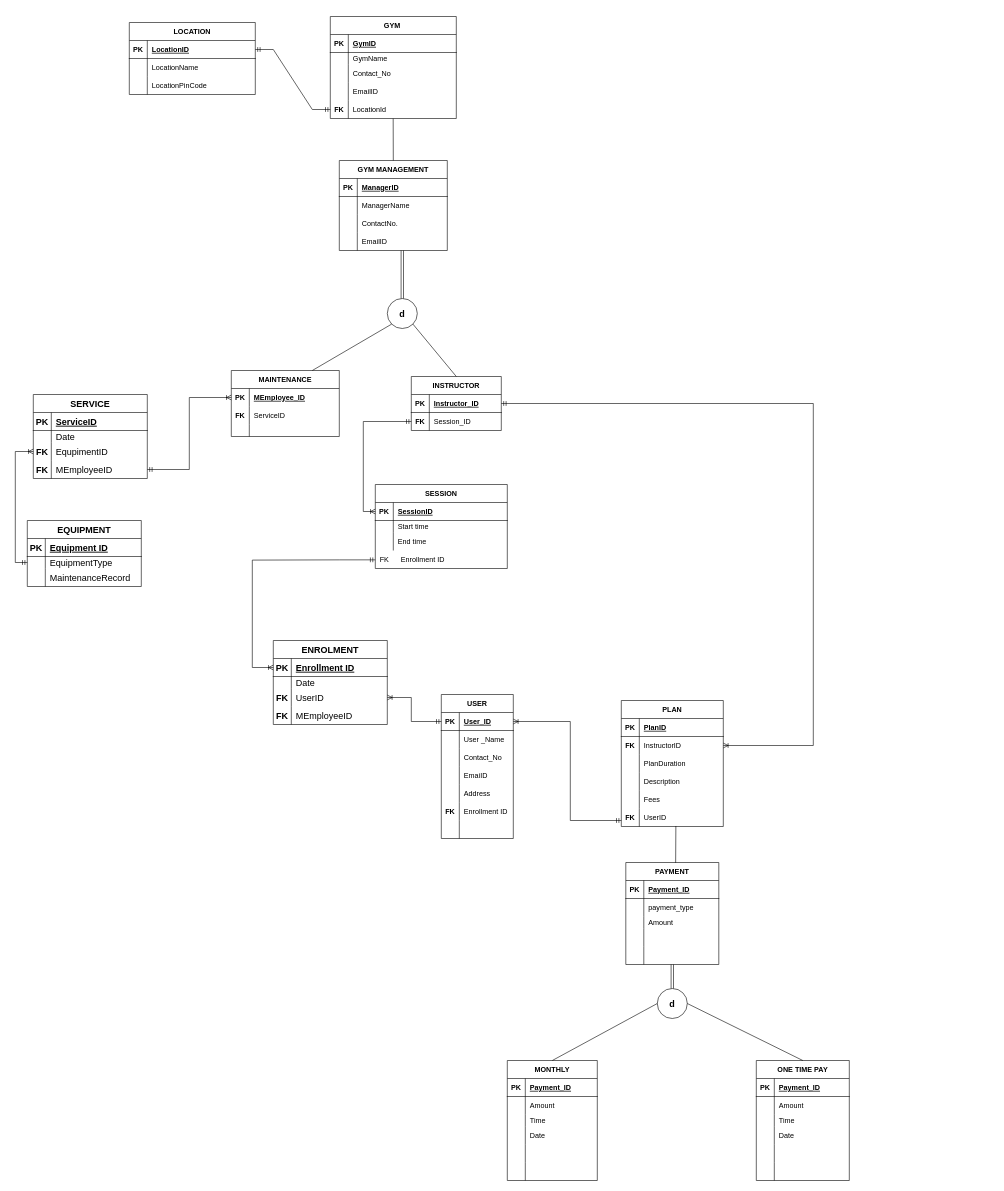
Tharunip/DAMG6210_PROJECT11 keeps this draw.io diagram as Gym_Management_ERD.drawio. Above is the earlier version. Source tidied: cells renumbered, new cells numbered last; positions are measured from the earlier drawing's top-left corner, leaving out a move shared by most shapes. Both pictures are drawn from the tidied source at 60%, with x=0, y=0 at pixel (15, 16).
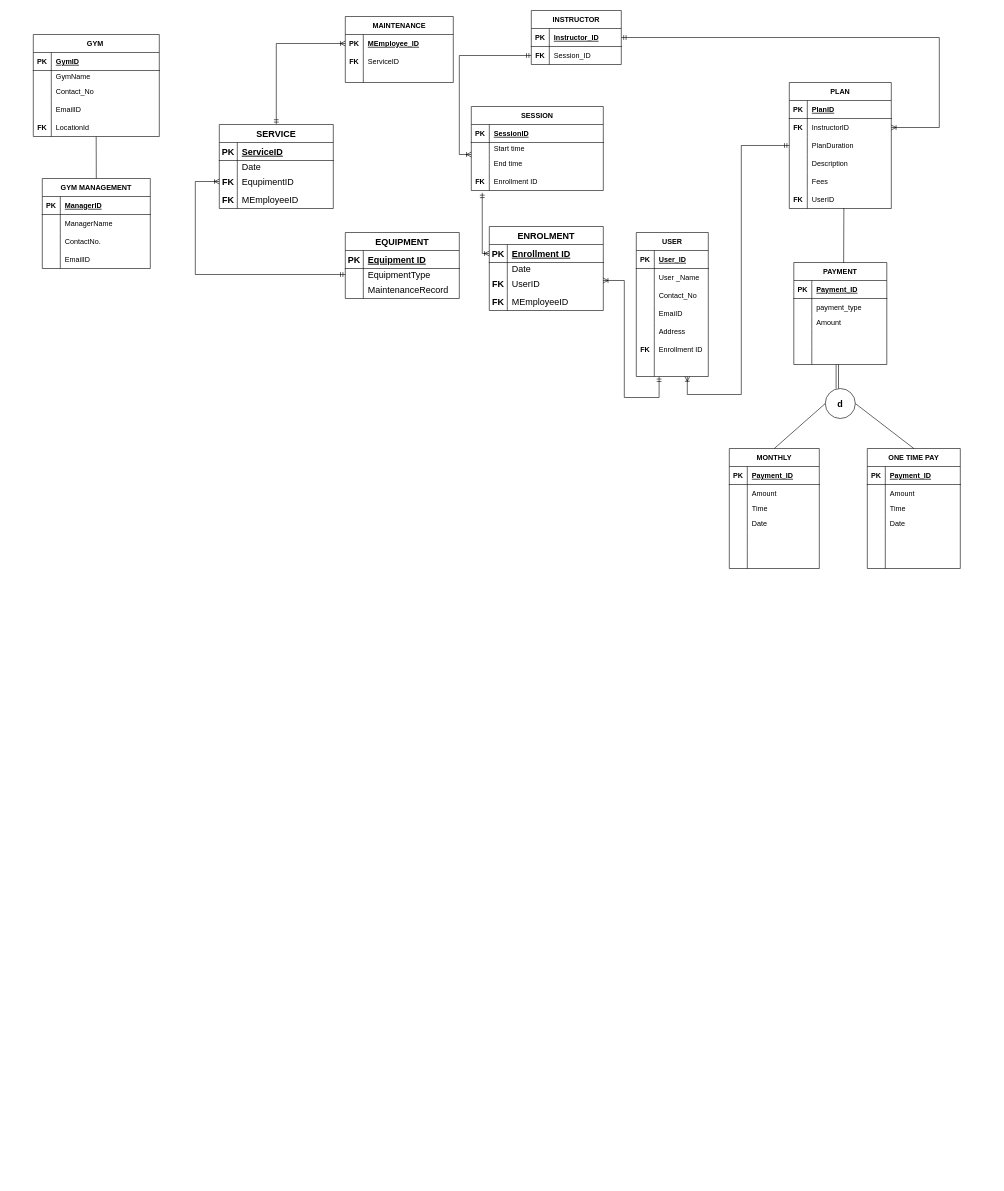
The same diagram, later.

Unchanged cells that the change refers to:
```xml
<mxCell id="16" style="shape=tableRow;horizontal=0;startSize=0;swimlaneHead=0;swimlaneBody=0;fillColor=none;points=[[0,0.5],[1,0.5]];portConstraint=eastwest;top=0;left=0;right=0;bottom=0;" parent="3" vertex="1">
  <mxGeometry y="140" width="210" height="30" as="geometry" />
</mxCell>
<mxCell id="20" style="shape=tableRow;horizontal=0;startSize=0;swimlaneHead=0;swimlaneBody=0;fillColor=none;points=[[0,0.5],[1,0.5]];portConstraint=eastwest;top=0;left=0;right=0;bottom=1;" parent="19" vertex="1">
  <mxGeometry y="30" width="150" height="30" as="geometry" />
</mxCell>
<mxCell id="23" style="shape=tableRow;horizontal=0;startSize=0;swimlaneHead=0;swimlaneBody=0;fillColor=none;points=[[0,0.5],[1,0.5]];portConstraint=eastwest;top=0;left=0;right=0;bottom=0;" parent="19" vertex="1">
  <mxGeometry y="60" width="150" height="30" as="geometry" />
</mxCell>
<mxCell id="27" style="shape=tableRow;horizontal=0;startSize=0;swimlaneHead=0;swimlaneBody=0;fillColor=none;points=[[0,0.5],[1,0.5]];portConstraint=eastwest;top=0;left=0;right=0;bottom=1;" parent="26" vertex="1">
  <mxGeometry y="30" width="220" height="30" as="geometry" />
</mxCell>
<mxCell id="37" style="shape=tableRow;horizontal=0;startSize=0;swimlaneHead=0;swimlaneBody=0;fillColor=none;points=[[0,0.5],[1,0.5]];portConstraint=eastwest;top=0;left=0;right=0;bottom=1;" parent="36" vertex="1">
  <mxGeometry y="30" width="120" height="30" as="geometry" />
</mxCell>
<mxCell id="78" style="shape=tableRow;horizontal=0;startSize=0;swimlaneHead=0;swimlaneBody=0;fillColor=none;points=[[0,0.5],[1,0.5]];portConstraint=eastwest;top=0;left=0;right=0;bottom=0;" parent="74" vertex="1">
  <mxGeometry y="60" width="170" height="30" as="geometry" />
</mxCell>
<mxCell id="81" style="shape=tableRow;horizontal=0;startSize=0;swimlaneHead=0;swimlaneBody=0;fillColor=none;points=[[0,0.5],[1,0.5]];portConstraint=eastwest;top=0;left=0;right=0;bottom=0;" parent="74" vertex="1">
  <mxGeometry y="90" width="170" height="30" as="geometry" />
</mxCell>
<mxCell id="90" style="shape=tableRow;horizontal=0;startSize=0;swimlaneHead=0;swimlaneBody=0;fillColor=none;points=[[0,0.5],[1,0.5]];portConstraint=eastwest;top=0;left=0;right=0;bottom=0;" parent="74" vertex="1">
  <mxGeometry y="180" width="170" height="30" as="geometry" />
</mxCell>
<mxCell id="110" style="shape=tableRow;horizontal=0;startSize=0;swimlaneHead=0;swimlaneBody=0;fillColor=none;points=[[0,0.5],[1,0.5]];portConstraint=eastwest;top=0;left=0;right=0;bottom=0;fontStyle=1;" parent="109" vertex="1">
  <mxGeometry y="30" width="180" height="30" as="geometry" />
</mxCell>
<mxCell id="128" style="shape=tableRow;horizontal=0;startSize=0;swimlaneHead=0;swimlaneBody=0;fillColor=none;points=[[0,0.5],[1,0.5]];portConstraint=eastwest;top=0;left=0;right=0;bottom=0;fontSize=15;" parent="124" vertex="1">
  <mxGeometry y="60" width="190" height="20" as="geometry" />
</mxCell>
<mxCell id="165" style="shape=tableRow;horizontal=0;startSize=0;swimlaneHead=0;swimlaneBody=0;fillColor=none;points=[[0,0.5],[1,0.5]];portConstraint=eastwest;top=0;left=0;right=0;bottom=0;fontSize=15;" parent="158" vertex="1">
  <mxGeometry y="80" width="190" height="30" as="geometry" />
</mxCell>
<mxCell id="168" style="shape=tableRow;horizontal=0;startSize=0;swimlaneHead=0;swimlaneBody=0;fillColor=none;points=[[0,0.5],[1,0.5]];portConstraint=eastwest;top=0;left=0;right=0;bottom=0;fontSize=15;" parent="158" vertex="1">
  <mxGeometry y="110" width="190" height="30" as="geometry" />
</mxCell>
<mxCell id="172" style="shape=tableRow;horizontal=0;startSize=0;swimlaneHead=0;swimlaneBody=0;fillColor=none;points=[[0,0.5],[1,0.5]];portConstraint=eastwest;top=0;left=0;right=0;bottom=1;fontSize=15;" parent="171" vertex="1">
  <mxGeometry y="30" width="190" height="30" as="geometry" />
</mxCell>
<mxCell id="178" style="shape=tableRow;horizontal=0;startSize=0;swimlaneHead=0;swimlaneBody=0;fillColor=none;points=[[0,0.5],[1,0.5]];portConstraint=eastwest;top=0;left=0;right=0;bottom=0;fontSize=15;" parent="171" vertex="1">
  <mxGeometry y="80" width="190" height="30" as="geometry" />
</mxCell>
```

Diff of the diagram source:
```diff
@@
-    <mxCell id="2" style="fontSize=12;html=1;endArrow=ERoneToMany;startArrow=ERmandOne;rounded=0;elbow=vertical;entryX=0;entryY=0.5;entryDx=0;entryDy=0;edgeStyle=orthogonalEdgeStyle;exitX=1;exitY=0.5;exitDx=0;exitDy=0;" parent="1" edge="1" source="168" target="110">
+    <mxCell id="2" style="fontSize=12;html=1;endArrow=ERoneToMany;startArrow=ERmandOne;rounded=0;elbow=vertical;entryX=0;entryY=0.5;entryDx=0;entryDy=0;edgeStyle=orthogonalEdgeStyle;exitX=0.5;exitY=0;exitDx=0;exitDy=0;" parent="1" edge="1" source="158" target="110">
       <mxGeometry relative="1" as="geometry">
         <Array as="points">
-          <mxPoint x="290" y="755" />
-          <mxPoint x="290" y="635" />
+          <mxPoint x="435" y="45" />
         </Array>
       </mxGeometry>
     </mxCell>
     <mxCell id="3" value="GYM " style="shape=table;startSize=30;childLayout=tableLayout;rowLines=0;fontStyle=1;align=center;" parent="1" vertex="1">
-      <mxGeometry x="525" width="210" height="170" as="geometry" />
+      <mxGeometry x="30" y="30" width="210" height="170" as="geometry" />
     </mxCell>
@@
     <mxCell id="19" value="INSTRUCTOR" style="shape=table;startSize=30;childLayout=tableLayout;rowLines=0;fontStyle=1;align=center;" parent="1" vertex="1">
-      <mxGeometry x="660" y="600" width="150" height="90" as="geometry" />
+      <mxGeometry x="860" y="-10" width="150" height="90" as="geometry" />
     </mxCell>
@@
     <mxCell id="26" value="SESSION" style="shape=table;startSize=30;childLayout=tableLayout;rowLines=0;fontStyle=1;align=center;" parent="1" vertex="1">
-      <mxGeometry x="600" y="780" width="220" height="140" as="geometry" />
+      <mxGeometry x="760" y="150" width="220" height="140" as="geometry" />
     </mxCell>
@@
+    <mxCell id="231" style="shape=tableRow;horizontal=0;startSize=0;swimlaneHead=0;swimlaneBody=0;fillColor=none;points=[[0,0.5],[1,0.5]];portConstraint=eastwest;top=0;left=0;right=0;bottom=0;" parent="26" vertex="1">
+      <mxGeometry y="110" width="220" height="30" as="geometry" />
+    </mxCell>
+    <mxCell id="185" value="FK" style="shape=partialRectangle;fillColor=none;top=0;left=0;bottom=0;right=0;overflow=hidden;fontStyle=1;" parent="231" vertex="1">
+      <mxGeometry width="30" height="30" as="geometry" />
+    </mxCell>
+    <mxCell id="184" value="Enrollment ID" style="shape=partialRectangle;fillColor=none;top=0;left=0;bottom=0;right=0;align=left;spacingLeft=6;overflow=hidden;" parent="231" vertex="1">
+      <mxGeometry x="30" width="190" height="30" as="geometry" />
+    </mxCell>
     <mxCell id="36" value="USER" style="shape=table;startSize=30;childLayout=tableLayout;rowLines=0;fontStyle=1;align=center;" parent="1" vertex="1">
-      <mxGeometry x="710" y="1130" width="120" height="240" as="geometry" />
+      <mxGeometry x="1035" y="360" width="120" height="240" as="geometry" />
     </mxCell>
@@
     <mxCell id="58" value="PAYMENT" style="shape=table;startSize=30;childLayout=tableLayout;rowLines=0;fontStyle=1;align=center;" parent="1" vertex="1">
-      <mxGeometry x="1017.5" y="1410" width="155" height="170" as="geometry" />
+      <mxGeometry x="1297.5" y="410" width="155" height="170" as="geometry" />
     </mxCell>
@@
     <mxCell id="74" value="PLAN" style="shape=table;startSize=30;childLayout=tableLayout;rowLines=0;fontStyle=1;align=center;" parent="1" vertex="1">
-      <mxGeometry x="1010" y="1140" width="170" height="210" as="geometry" />
+      <mxGeometry x="1290" y="110" width="170" height="210" as="geometry" />
     </mxCell>
@@
     <mxCell id="93" value="GYM MANAGEMENT" style="shape=table;startSize=30;childLayout=tableLayout;rowLines=0;fontStyle=1;align=center;" parent="1" vertex="1">
-      <mxGeometry x="540" y="240" width="180" height="150" as="geometry" />
+      <mxGeometry x="45" y="270" width="180" height="150" as="geometry" />
     </mxCell>
@@
     <mxCell id="109" value="MAINTENANCE" style="shape=table;startSize=30;childLayout=tableLayout;rowLines=0;fontStyle=1;align=center;" parent="1" vertex="1">
-      <mxGeometry x="360" y="590" width="180" height="110" as="geometry" />
+      <mxGeometry x="550" width="180" height="110" as="geometry" />
     </mxCell>
@@
-    <mxCell id="119" value="&lt;font style=&quot;font-size: 15px&quot;&gt;&lt;b&gt;d&lt;/b&gt;&lt;/font&gt;" style="ellipse;whiteSpace=wrap;html=1;" parent="1" vertex="1">
-      <mxGeometry x="620" y="470" width="50" height="50" as="geometry" />
-    </mxCell>
-    <mxCell id="120" style="endArrow=none;html=1;rounded=0;fontSize=15;exitX=0.75;exitY=0;exitDx=0;exitDy=0;entryX=0;entryY=1;entryDx=0;entryDy=0;" parent="1" edge="1" source="109" target="119">
-      <mxGeometry relative="1" as="geometry" />
-    </mxCell>
-    <mxCell id="121" style="endArrow=none;html=1;rounded=0;fontSize=15;exitX=1;exitY=1;exitDx=0;exitDy=0;entryX=0.5;entryY=0;entryDx=0;entryDy=0;" parent="1" edge="1" source="119" target="19">
-      <mxGeometry relative="1" as="geometry" />
-    </mxCell>
-    <mxCell id="122" style="endArrow=none;html=1;rounded=0;fontSize=15;entryX=0.5;entryY=0;entryDx=0;entryDy=0;shape=link;" parent="1" edge="1" target="119">
-      <mxGeometry relative="1" as="geometry">
-        <mxPoint x="645" y="390" as="sourcePoint" />
-      </mxGeometry>
-    </mxCell>
-    <mxCell id="123" style="fontSize=12;html=1;endArrow=ERoneToMany;startArrow=ERmandOne;rounded=0;entryX=0;entryY=0.5;entryDx=0;entryDy=0;exitX=0;exitY=0.5;exitDx=0;exitDy=0;edgeStyle=orthogonalEdgeStyle;" parent="1" edge="1" source="23" target="27">
+    <mxCell id="123" style="fontSize=12;html=1;endArrow=ERoneToMany;startArrow=ERmandOne;rounded=0;exitX=0;exitY=0.5;exitDx=0;exitDy=0;edgeStyle=orthogonalEdgeStyle;" parent="1" edge="1" source="23">
       <mxGeometry relative="1" as="geometry">
+        <mxPoint x="760" y="230" as="targetPoint" />
         <Array as="points">
-          <mxPoint x="580" y="675" />
-          <mxPoint x="580" y="825" />
+          <mxPoint x="740" y="65" />
+          <mxPoint x="740" y="230" />
         </Array>
       </mxGeometry>
     </mxCell>
     <mxCell id="124" value="EQUIPMENT" style="shape=table;startSize=30;childLayout=tableLayout;rowLines=0;fontStyle=1;align=center;fontSize=15;" parent="1" vertex="1">
-      <mxGeometry x="20" y="840" width="190" height="110" as="geometry" />
+      <mxGeometry x="550" y="360" width="190" height="110" as="geometry" />
     </mxCell>
@@
     <mxCell id="143" style="edgeStyle=elbowEdgeStyle;fontSize=12;html=1;endArrow=ERoneToMany;startArrow=ERmandOne;rounded=0;exitX=0;exitY=0.5;exitDx=0;exitDy=0;entryX=0;entryY=0.5;entryDx=0;entryDy=0;" parent="1" edge="1" source="128" target="165">
       <mxGeometry relative="1" as="geometry">
         <Array as="points">
-          <mxPoint y="1010" />
+          <mxPoint x="300" y="350" />
         </Array>
       </mxGeometry>
     </mxCell>
-    <mxCell id="144" style="edgeStyle=orthogonalEdgeStyle;fontSize=12;html=1;endArrow=ERoneToMany;startArrow=ERmandOne;rounded=0;entryX=1;entryY=0.5;entryDx=0;entryDy=0;exitX=1;exitY=0.5;exitDx=0;exitDy=0;" parent="1" edge="1" source="20" target="78">
+    <mxCell id="144" style="edgeStyle=orthogonalEdgeStyle;fontSize=12;html=1;endArrow=ERoneToMany;startArrow=ERmandOne;rounded=0;exitX=1;exitY=0.5;exitDx=0;exitDy=0;entryX=1;entryY=0.5;entryDx=0;entryDy=0;" parent="1" edge="1" source="20" target="78">
       <mxGeometry relative="1" as="geometry">
         <Array as="points">
-          <mxPoint x="1330" y="645" />
-          <mxPoint x="1330" y="1215" />
+          <mxPoint x="1540" y="35" />
+          <mxPoint x="1540" y="185" />
         </Array>
       </mxGeometry>
     </mxCell>
-    <mxCell id="145" style="edgeStyle=orthogonalEdgeStyle;fontSize=12;html=1;endArrow=ERoneToMany;startArrow=ERmandOne;rounded=0;entryX=0;entryY=0.5;entryDx=0;entryDy=0;exitX=-0.006;exitY=0.529;exitDx=0;exitDy=0;exitPerimeter=0;" parent="1" edge="1" source="185" target="172">
+    <mxCell id="145" style="edgeStyle=orthogonalEdgeStyle;fontSize=12;html=1;endArrow=ERoneToMany;startArrow=ERmandOne;rounded=0;entryX=0;entryY=0.5;entryDx=0;entryDy=0;exitX=0.083;exitY=1.127;exitDx=0;exitDy=0;exitPerimeter=0;" parent="1" edge="1" source="231" target="172">
       <mxGeometry relative="1" as="geometry">
         <Array as="points">
-          <mxPoint x="540" y="906" />
-          <mxPoint x="395" y="906" />
-          <mxPoint x="395" y="1085" />
+          <mxPoint x="778" y="395" />
         </Array>
       </mxGeometry>
     </mxCell>
-    <mxCell id="146" style="edgeStyle=orthogonalEdgeStyle;fontSize=12;html=1;endArrow=ERoneToMany;startArrow=ERmandOne;rounded=0;exitX=0;exitY=0.5;exitDx=0;exitDy=0;entryX=1;entryY=0.5;entryDx=0;entryDy=0;" parent="1" edge="1" source="37" target="178">
+    <mxCell id="146" style="edgeStyle=orthogonalEdgeStyle;fontSize=12;html=1;endArrow=ERoneToMany;startArrow=ERmandOne;rounded=0;entryX=0.999;entryY=0.332;entryDx=0;entryDy=0;exitX=0.275;exitY=1.178;exitDx=0;exitDy=0;exitPerimeter=0;entryPerimeter=0;" parent="1" edge="1" target="178">
       <mxGeometry relative="1" as="geometry">
+        <mxPoint x="1073" y="600.3" as="sourcePoint" />
         <Array as="points">
-          <mxPoint x="660" y="1175" />
-          <mxPoint x="660" y="1135" />
+          <mxPoint x="1073" y="635" />
+          <mxPoint x="1015" y="635" />
+          <mxPoint x="1015" y="440" />
         </Array>
       </mxGeometry>
     </mxCell>
-    <mxCell id="147" value="LOCATION" style="shape=table;startSize=30;childLayout=tableLayout;rowLines=0;fontStyle=1;align=center;" parent="1" vertex="1">
-      <mxGeometry x="190" y="10" width="210" height="120" as="geometry" />
-    </mxCell>
-    <mxCell id="148" style="shape=tableRow;horizontal=0;startSize=0;swimlaneHead=0;swimlaneBody=0;fillColor=none;points=[[0,0.5],[1,0.5]];portConstraint=eastwest;top=0;left=0;right=0;bottom=1;" parent="147" vertex="1">
-      <mxGeometry y="30" width="210" height="30" as="geometry" />
-    </mxCell>
-    <mxCell id="149" value="PK" style="shape=partialRectangle;fillColor=none;top=0;left=0;bottom=0;right=0;fontStyle=1;overflow=hidden;" parent="148" vertex="1">
-      <mxGeometry width="30" height="30" as="geometry" />
-    </mxCell>
-    <mxCell id="150" value="LocationID" style="shape=partialRectangle;fillColor=none;top=0;left=0;bottom=0;right=0;align=left;spacingLeft=6;fontStyle=5;overflow=hidden;" parent="148" vertex="1">
-      <mxGeometry x="30" width="180" height="30" as="geometry" />
-    </mxCell>
-    <mxCell id="151" style="shape=tableRow;horizontal=0;startSize=0;swimlaneHead=0;swimlaneBody=0;fillColor=none;top=0;left=0;right=0;bottom=0;" parent="147" vertex="1">
-      <mxGeometry y="60" width="210" height="30" as="geometry" />
-    </mxCell>
-    <mxCell id="152" style="shape=partialRectangle;fillColor=none;top=0;left=0;bottom=0;right=0;overflow=hidden;" parent="151" vertex="1">
-      <mxGeometry width="30" height="30" as="geometry" />
-    </mxCell>
-    <mxCell id="153" value="LocationName" style="shape=partialRectangle;fillColor=none;top=0;left=0;bottom=0;right=0;align=left;spacingLeft=6;overflow=hidden;" parent="151" vertex="1">
-      <mxGeometry x="30" width="180" height="30" as="geometry" />
-    </mxCell>
-    <mxCell id="154" style="shape=tableRow;horizontal=0;startSize=0;swimlaneHead=0;swimlaneBody=0;fillColor=none;top=0;left=0;right=0;bottom=0;" parent="147" vertex="1">
-      <mxGeometry y="90" width="210" height="30" as="geometry" />
-    </mxCell>
-    <mxCell id="155" style="shape=partialRectangle;fillColor=none;top=0;left=0;bottom=0;right=0;overflow=hidden;" parent="154" vertex="1">
-      <mxGeometry width="30" height="30" as="geometry" />
-    </mxCell>
-    <mxCell id="156" value="LocationPinCode" style="shape=partialRectangle;fillColor=none;top=0;left=0;bottom=0;right=0;align=left;spacingLeft=6;overflow=hidden;" parent="154" vertex="1">
-      <mxGeometry x="30" width="180" height="30" as="geometry" />
-    </mxCell>
-    <mxCell id="157" style="edgeStyle=entityRelationEdgeStyle;fontSize=12;html=1;endArrow=ERmandOne;startArrow=ERmandOne;rounded=0;entryX=0;entryY=0.5;entryDx=0;entryDy=0;exitX=1;exitY=0.5;exitDx=0;exitDy=0;" parent="1" edge="1" source="148" target="16">
-      <mxGeometry relative="1" as="geometry" />
-    </mxCell>
     <mxCell id="158" value="SERVICE" style="shape=table;startSize=30;childLayout=tableLayout;rowLines=0;fontStyle=1;align=center;fontSize=15;" parent="1" vertex="1">
-      <mxGeometry x="30" y="630" width="190" height="140" as="geometry" />
+      <mxGeometry x="340" y="180" width="190" height="140" as="geometry" />
     </mxCell>
@@
     <mxCell id="171" value="ENROLMENT" style="shape=table;startSize=30;childLayout=tableLayout;rowLines=0;fontStyle=1;align=center;fontSize=15;" parent="1" vertex="1">
-      <mxGeometry x="430" y="1040" width="190" height="140" as="geometry" />
+      <mxGeometry x="790" y="350" width="190" height="140" as="geometry" />
     </mxCell>
@@
-    <mxCell id="184" value="Enrollment ID" style="shape=partialRectangle;fillColor=none;top=0;left=0;bottom=0;right=0;align=left;spacingLeft=6;overflow=hidden;" parent="1" vertex="1">
-      <mxGeometry x="635" y="890" width="150" height="30" as="geometry" />
-    </mxCell>
-    <mxCell id="185" value="FK" style="text;html=1;align=center;verticalAlign=middle;points=[];strokeColor=none;fillColor=none;" parent="1" vertex="1">
-      <mxGeometry x="600" y="895" width="30" height="20" as="geometry" />
-    </mxCell>
     <mxCell id="186" value="MONTHLY" style="shape=table;startSize=30;childLayout=tableLayout;rowLines=0;fontStyle=1;align=center;" parent="1" vertex="1">
-      <mxGeometry x="820" y="1740" width="150" height="200" as="geometry" />
+      <mxGeometry x="1190" y="720" width="150" height="200" as="geometry" />
     </mxCell>
@@
     <mxCell id="206" value="&lt;font style=&quot;font-size: 15px&quot;&gt;&lt;b&gt;d&lt;/b&gt;&lt;/font&gt;" style="ellipse;whiteSpace=wrap;html=1;" parent="1" vertex="1">
-      <mxGeometry x="1070" y="1620" width="50" height="50" as="geometry" />
+      <mxGeometry x="1350" y="620" width="50" height="50" as="geometry" />
     </mxCell>
     <mxCell id="207" style="endArrow=none;html=1;rounded=0;fontSize=15;shape=link;" parent="1" edge="1">
       <mxGeometry relative="1" as="geometry">
-        <mxPoint x="1095" y="1580" as="sourcePoint" />
-        <mxPoint x="1095" y="1620" as="targetPoint" />
+        <mxPoint x="1370" y="580" as="sourcePoint" />
+        <mxPoint x="1370" y="620" as="targetPoint" />
       </mxGeometry>
     </mxCell>
     <mxCell id="208" value="ONE TIME PAY" style="shape=table;startSize=30;childLayout=tableLayout;rowLines=0;fontStyle=1;align=center;" parent="1" vertex="1">
-      <mxGeometry x="1235" y="1740" width="155" height="200" as="geometry" />
+      <mxGeometry x="1420" y="720" width="155" height="200" as="geometry" />
     </mxCell>
@@
-    <mxCell id="230" style="edgeStyle=orthogonalEdgeStyle;fontSize=12;html=1;endArrow=ERoneToMany;startArrow=ERmandOne;rounded=0;entryX=1;entryY=0.5;entryDx=0;entryDy=0;exitX=0;exitY=0.667;exitDx=0;exitDy=0;exitPerimeter=0;" parent="1" edge="1" source="90" target="37">
+    <mxCell id="230" style="edgeStyle=orthogonalEdgeStyle;fontSize=12;html=1;endArrow=ERoneToMany;startArrow=ERmandOne;rounded=0;exitX=0;exitY=0.5;exitDx=0;exitDy=0;" parent="1" edge="1" source="81">
       <mxGeometry relative="1" as="geometry">
+        <mxPoint x="1120" y="600" as="targetPoint" />
         <Array as="points">
-          <mxPoint x="925" y="1340" />
-          <mxPoint x="925" y="1175" />
+          <mxPoint x="1210" y="215" />
+          <mxPoint x="1210" y="630" />
+          <mxPoint x="1120" y="630" />
         </Array>
       </mxGeometry>
     </mxCell>
```
